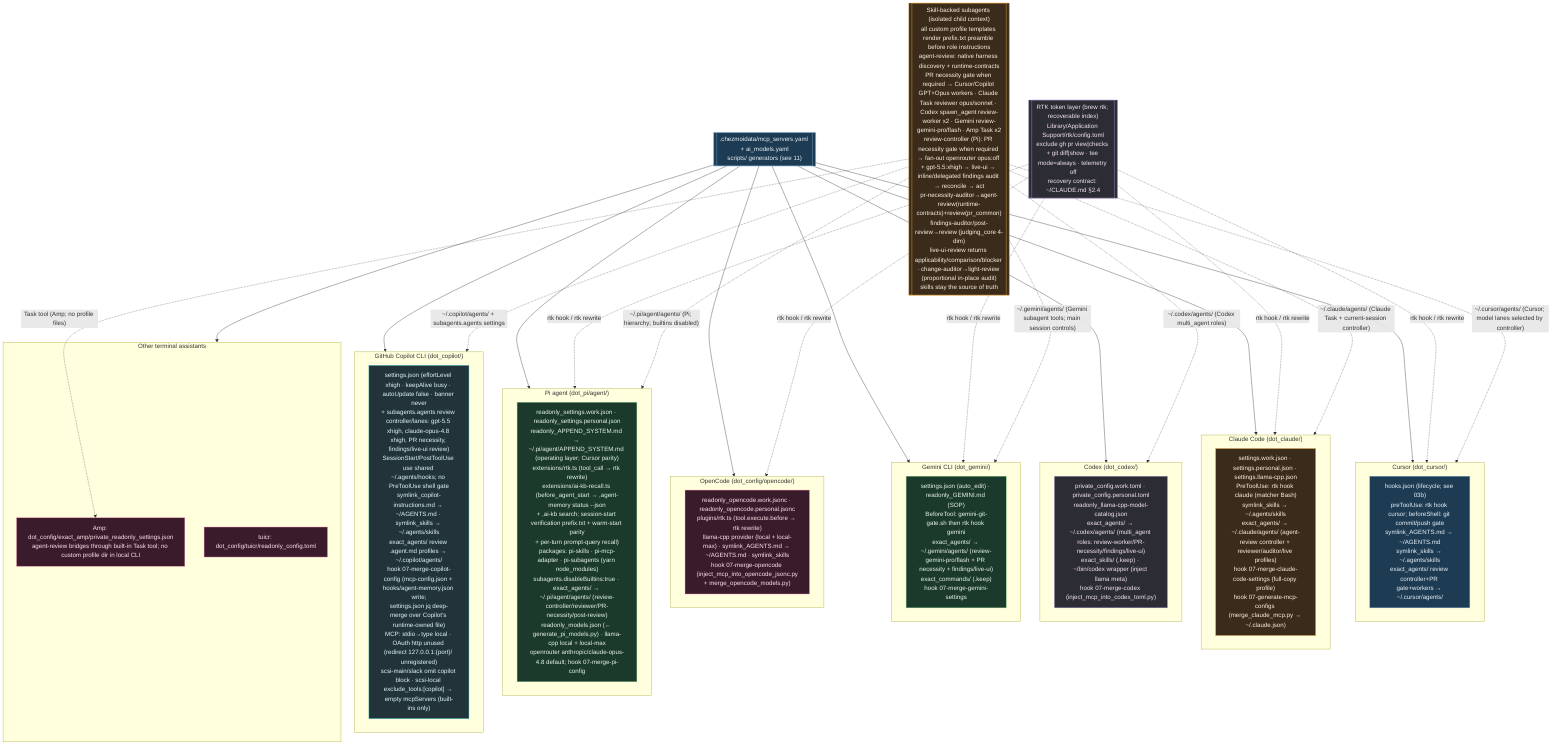
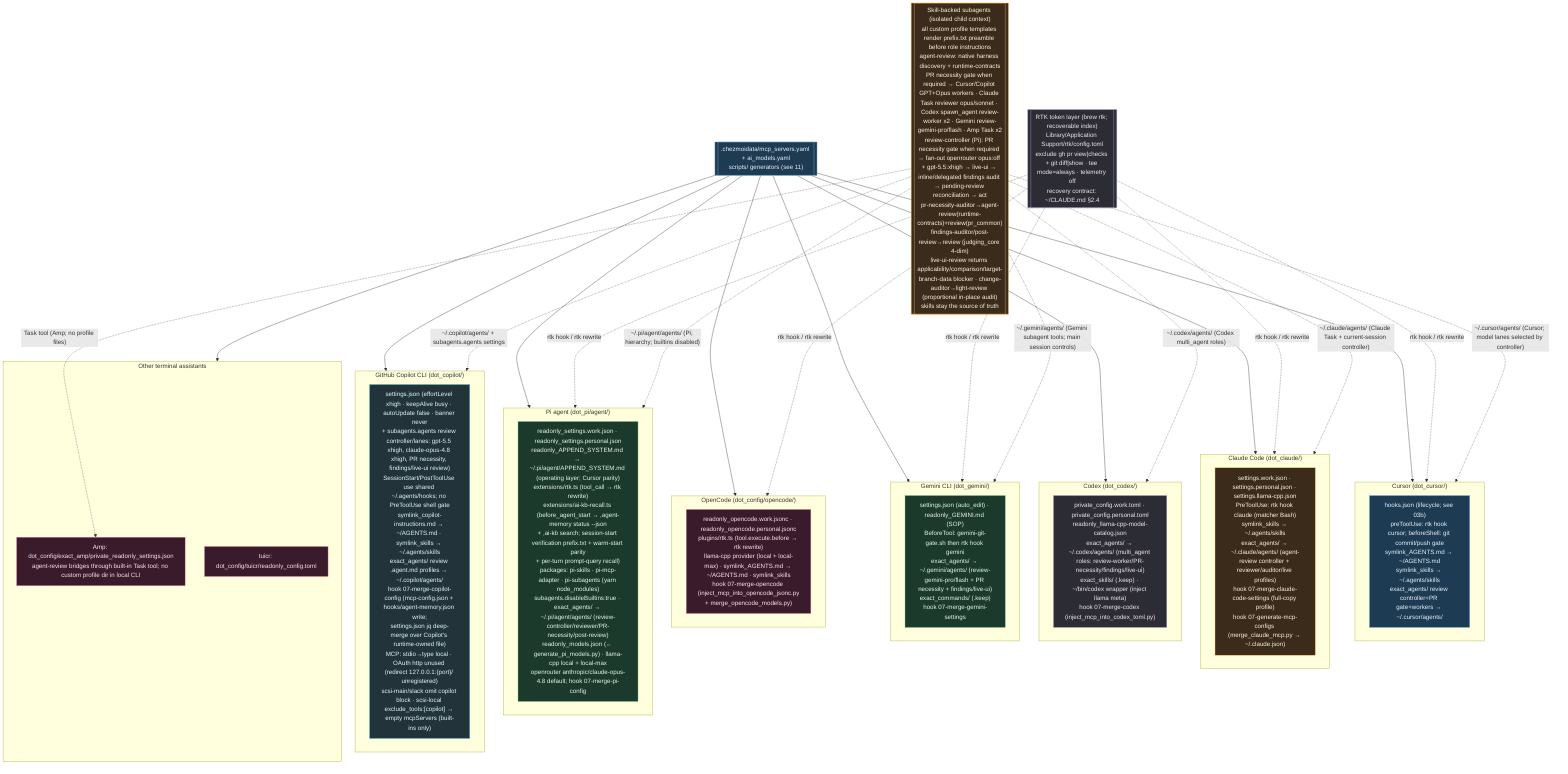
%% ============================================================================
%% 12-ai-tool-configs.mmd — Every per-tool AI config file in home/.
%% Pattern: source carries .work + .personal variants; a 07-merge-* hook picks
%% by isWork and merges generated MCP/model blocks into the live config.
%% ============================================================================
flowchart TB
    classDef cursor fill:#1d3b53,stroke:#7fb3d5,color:#eaf2f8;
    classDef claude fill:#3a2b1b,stroke:#ffb74d,color:#fff3e0;
    classDef codex fill:#2c2c34,stroke:#b39ddb,color:#f3e5f5;
    classDef gem fill:#1b3a2b,stroke:#81c784,color:#e8f5e9;
    classDef oc fill:#3a1b2b,stroke:#f48fb1,color:#fce4ec;
    classDef cop fill:#22343a,stroke:#4dd0e1,color:#e0f7fa;

    subgraph CURSOR["Cursor (dot_cursor/)"]
        CU["hooks.json (lifecycle; see 03b)<br/>preToolUse: rtk hook cursor; beforeShell: git commit/push gate<br/>symlink_AGENTS.md → ~/AGENTS.md<br/>symlink_skills → ~/.agents/skills<br/>exact_agents/ review controller+PR gate+workers → ~/.cursor/agents/"]:::cursor
    end

    subgraph CLAUDE["Claude Code (dot_claude/)"]
        CLD["settings.work.json · settings.personal.json · settings.llama-cpp.json<br/>PreToolUse: rtk hook claude (matcher Bash)<br/>symlink_skills → ~/.agents/skills<br/>exact_agents/ → ~/.claude/agents/ (agent-review controller + reviewer/auditor/live profiles)<br/>hook 07-merge-claude-code-settings (full-copy profile)<br/>hook 07-generate-mcp-configs (merge_claude_mcp.py → ~/.claude.json)"]:::claude
    end

    subgraph CODEX["Codex (dot_codex/)"]
        CDX["private_config.work.toml · private_config.personal.toml<br/>readonly_llama-cpp-model-catalog.json<br/>exact_agents/ → ~/.codex/agents/ (multi_agent roles: review-worker/PR-necessity/findings/live-ui)<br/>exact_skills/ (.keep) · ~/bin/codex wrapper (inject llama meta)<br/>hook 07-merge-codex (inject_mcp_into_codex_toml.py)"]:::codex
    end

    subgraph GEMINI["Gemini CLI (dot_gemini/)"]
        GMN["settings.json (auto_edit) · readonly_GEMINI.md (SOP)<br/>BeforeTool: gemini-git-gate.sh then rtk hook gemini<br/>exact_agents/ → ~/.gemini/agents/ (review-gemini-pro/flash + PR necessity + findings/live-ui)<br/>exact_commands/ (.keep)<br/>hook 07-merge-gemini-settings"]:::gem
    end

    subgraph OPENCODE["OpenCode (dot_config/opencode/)"]
        OPC["readonly_opencode.work.jsonc · readonly_opencode.personal.jsonc<br/>plugins/rtk.ts (tool.execute.before → rtk rewrite)<br/>llama-cpp provider (local + local-max) · symlink_AGENTS.md → ~/AGENTS.md · symlink_skills<br/>hook 07-merge-opencode (inject_mcp_into_opencode_jsonc.py<br/>+ merge_opencode_models.py)"]:::oc
    end

    subgraph PI["Pi agent (dot_pi/agent/)"]
        PIA["readonly_settings.work.json · readonly_settings.personal.json<br/>readonly_APPEND_SYSTEM.md → ~/.pi/agent/APPEND_SYSTEM.md (operating layer; Cursor parity)<br/>extensions/rtk.ts (tool_call → rtk rewrite)<br/>extensions/ai-kb-recall.ts (before_agent_start → ,agent-memory status --json<br/>+ ,ai-kb search; session-start verification prefix.txt + warm-start parity<br/>+ per-turn prompt-query recall)<br/>packages: pi-skills · pi-mcp-adapter · pi-subagents (yarn node_modules)<br/>subagents.disableBuiltins:true · exact_agents/ → ~/.pi/agent/agents/ (review-controller/reviewer/PR-necessity/post-review)<br/>readonly_models.json (← generate_pi_models.py) · llama-cpp local + local-max<br/>openrouter anthropic/claude-opus-4.8 default; hook 07-merge-pi-config"]:::gem
    end

    subgraph COPILOT["GitHub Copilot CLI (dot_copilot/)"]
        COP["settings.json (effortLevel xhigh · keepAlive busy · autoUpdate false · banner never<br/>+ subagents.agents review controller/lanes: gpt-5.5 xhigh, claude-opus-4.8 xhigh, PR necessity, findings/live-ui review)<br/>SessionStart/PostToolUse use shared ~/.agents/hooks; no PreToolUse shell gate<br/>symlink_copilot-instructions.md → ~/AGENTS.md · symlink_skills → ~/.agents/skills<br/>exact_agents/ review .agent.md profiles → ~/.copilot/agents/<br/>hook 07-merge-copilot-config (mcp-config.json + hooks/agent-memory.json write;<br/>settings.json jq deep-merge over Copilot's runtime-owned file)<br/>MCP: stdio→type local · OAuth http unused (redirect 127.0.0.1:{port}/ unregistered)<br/>scsi-main/slack omit copilot block · scsi-local exclude_tools:[copilot] → empty mcpServers (built-ins only)"]:::cop
    end

    subgraph OTHER["Other terminal assistants"]
        AMP["Amp: dot_config/exact_amp/private_readonly_settings.json<br/>agent-review bridges through built-in Task tool; no custom profile dir in local CLI"]:::oc
        TUI["tuicr: dot_config/tuicr/readonly_config.toml"]:::oc
    end

    REG[[".chezmoidata/mcp_servers.yaml + ai_models.yaml<br/>scripts/ generators (see 11)"]]:::cursor
    REG --> CURSOR & CLAUDE & CODEX & GEMINI & OPENCODE & PI & COPILOT & OTHER

    RTK[["RTK token layer (brew rtk; recoverable index)<br/>Library/Application Support/rtk/config.toml<br/>exclude gh pr view|checks + git diff|show · tee mode=always · telemetry off<br/>recovery contract: ~/CLAUDE.md §2.4"]]:::codex
    RTK -.->|"rtk hook / rtk rewrite"| CURSOR & CLAUDE & GEMINI & OPENCODE & PI

-     SUBA[["Skill-backed subagents (isolated child context)<br/>all custom profile templates render prefix.txt preamble before role instructions<br/>agent-review: native harness discovery + runtime-contracts<br/>PR necessity gate when required → Cursor/Copilot GPT+Opus workers · Claude Task reviewer opus/sonnet · Codex spawn_agent review-worker x2 · Gemini review-gemini-pro/flash · Amp Task x2<br/>review-controller (Pi): PR necessity gate when required → fan-out openrouter opus:off + gpt-5.5:xhigh → live-ui → inline/delegated findings audit → reconcile → act<br/>pr-necessity-auditor→agent-review(runtime-contracts)+review(pr_common)<br/>findings-auditor/post-review→review (judging_core 4-dim)<br/>live-ui-review returns applicability/comparison/blocker · change-auditor→light-review (proportional in-place audit)<br/>skills stay the source of truth"]]:::claude
+     SUBA[["Skill-backed subagents (isolated child context)<br/>all custom profile templates render prefix.txt preamble before role instructions<br/>agent-review: native harness discovery + runtime-contracts<br/>PR necessity gate when required → Cursor/Copilot GPT+Opus workers · Claude Task reviewer opus/sonnet · Codex spawn_agent review-worker x2 · Gemini review-gemini-pro/flash · Amp Task x2<br/>review-controller (Pi): PR necessity gate when required → fan-out openrouter opus:off + gpt-5.5:xhigh → live-ui → inline/delegated findings audit → pending-review reconciliation → act<br/>pr-necessity-auditor→agent-review(runtime-contracts)+review(pr_common)<br/>findings-auditor/post-review→review (judging_core 4-dim)<br/>live-ui-review returns applicability/comparison/target-branch-data blocker · change-auditor→light-review (proportional in-place audit)<br/>skills stay the source of truth"]]:::claude
    SUBA -.->|"~/.cursor/agents/ (Cursor; model lanes selected by controller)"| CURSOR
    SUBA -.->|"~/.copilot/agents/ + subagents.agents settings"| COPILOT
    SUBA -.->|"~/.claude/agents/ (Claude Task + current-session controller)"| CLAUDE
    SUBA -.->|"~/.codex/agents/ (Codex multi_agent roles)"| CODEX
    SUBA -.->|"~/.gemini/agents/ (Gemini subagent tools; main session controls)"| GEMINI
    SUBA -.->|"Task tool (Amp; no profile files)"| AMP
    SUBA -.->|"~/.pi/agent/agents/ (Pi; hierarchy; builtins disabled)"| PI
